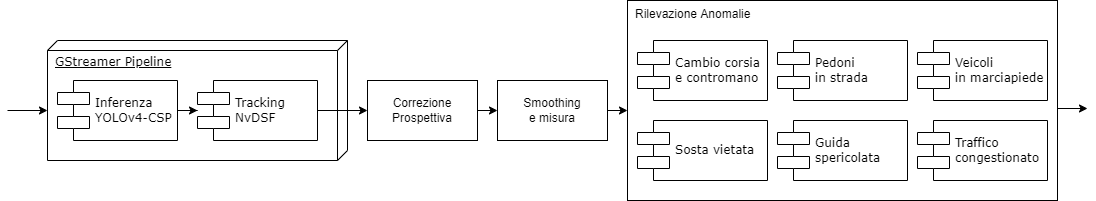
The draw.io diagram images/arch.png in nsanso/tesi-triennale, before a commit. Source tidied: cells renumbered, new cells last; positions are measured from the earlier drawing's top-left corner, leaving out a move shared by most shapes.
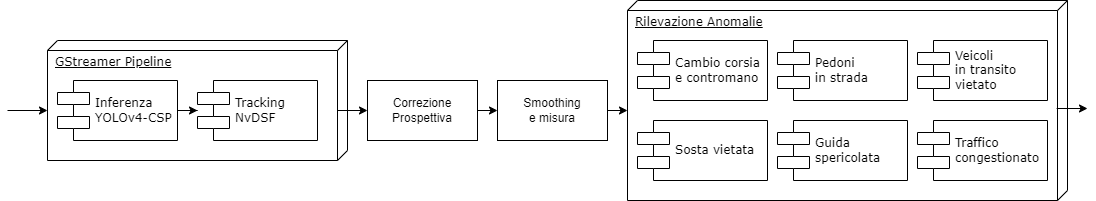
The same diagram one commit later.

The edit, as a diff of the source:
```diff
@@ -2,19 +2,22 @@
   <root>
     <mxCell id="0" />
     <mxCell id="1" parent="0" />
+    <mxCell id="3" value="Rilevazione Anomalie" style="verticalAlign=top;align=left;spacingTop=8;spacingLeft=6;spacingRight=12;shape=cube;size=10;direction=south;fontStyle=4;html=1;rounded=0;shadow=0;comic=0;labelBackgroundColor=none;strokeWidth=1;fontFamily=Verdana;fontSize=12;" parent="1" vertex="1">
+      <mxGeometry x="620" width="440" height="200" as="geometry" />
+    </mxCell>
-    <mxCell id="2" style="edgeStyle=orthogonalEdgeStyle;rounded=0;jettySize=auto;html=1;exitX=0.998;exitY=0.54;exitDx=0;exitDy=0;exitPerimeter=0;" parent="1" edge="1" source="3">
+    <mxCell id="2" style="edgeStyle=orthogonalEdgeStyle;rounded=0;orthogonalLoop=1;jettySize=auto;html=1;exitX=0.998;exitY=0.54;exitDx=0;exitDy=0;exitPerimeter=0;" parent="1" edge="1">
       <mxGeometry relative="1" as="geometry">
+        <mxPoint x="1049.1" y="108" as="sourcePoint" />
         <mxPoint x="1080" y="108" as="targetPoint" />
       </mxGeometry>
     </mxCell>
-    <mxCell id="3" value="Rilevazione Anomalie" style="rounded=0;whiteSpace=wrap;html=1;align=left;verticalAlign=top;spacingLeft=6;" parent="1" vertex="1">
-      <mxGeometry x="620" width="430" height="200" as="geometry" />
-    </mxCell>
     <mxCell id="4" value="GStreamer Pipeline" style="verticalAlign=top;align=left;spacingTop=8;spacingLeft=6;spacingRight=12;shape=cube;size=10;direction=south;fontStyle=4;html=1;rounded=0;shadow=0;comic=0;labelBackgroundColor=none;strokeWidth=1;fontFamily=Verdana;fontSize=12;" parent="1" vertex="1">
       <mxGeometry x="40" y="40" width="300" height="120" as="geometry" />
     </mxCell>
-    <mxCell id="5" style="edgeStyle=orthogonalEdgeStyle;rounded=0;jettySize=auto;html=1;exitX=1;exitY=0.5;exitDx=0;exitDy=0;entryX=0;entryY=0.5;entryDx=0;entryDy=0;" parent="1" edge="1" source="6" target="11">
-      <mxGeometry relative="1" as="geometry" />
+    <mxCell id="5" style="edgeStyle=orthogonalEdgeStyle;rounded=0;jettySize=auto;html=1;entryX=0;entryY=0.5;entryDx=0;entryDy=0;" parent="1" edge="1" target="11">
+      <mxGeometry relative="1" as="geometry">
+        <mxPoint x="330" y="110" as="sourcePoint" />
+      </mxGeometry>
     </mxCell>
     <mxCell id="6" value="Tracking&lt;br&gt;NvDSF" style="shape=component;align=left;spacingLeft=36;rounded=0;shadow=0;comic=0;labelBackgroundColor=none;strokeWidth=1;fontFamily=Verdana;fontSize=12;html=1;" parent="1" vertex="1">
       <mxGeometry x="190" y="80" width="120" height="60" as="geometry" />
@@ -54,7 +57,7 @@
     <mxCell id="17" value="Traffico&lt;br&gt;congestionato" style="shape=component;align=left;spacingLeft=36;rounded=0;shadow=0;comic=0;labelBackgroundColor=none;strokeWidth=1;fontFamily=Verdana;fontSize=12;html=1;" parent="1" vertex="1">
       <mxGeometry x="910" y="120" width="130" height="60" as="geometry" />
     </mxCell>
-    <mxCell id="18" value="Veicoli&lt;br&gt;in marciapiede" style="shape=component;align=left;spacingLeft=36;rounded=0;shadow=0;comic=0;labelBackgroundColor=none;strokeWidth=1;fontFamily=Verdana;fontSize=12;html=1;" parent="1" vertex="1">
+    <mxCell id="18" value="Veicoli&lt;br&gt;in transito&amp;nbsp;&lt;br&gt;vietato" style="shape=component;align=left;spacingLeft=36;rounded=0;shadow=0;comic=0;labelBackgroundColor=none;strokeWidth=1;fontFamily=Verdana;fontSize=12;html=1;" parent="1" vertex="1">
       <mxGeometry x="910" y="40" width="130" height="60" as="geometry" />
     </mxCell>
     <mxCell id="19" style="endArrow=classic;html=1;" parent="1" edge="1">
```
